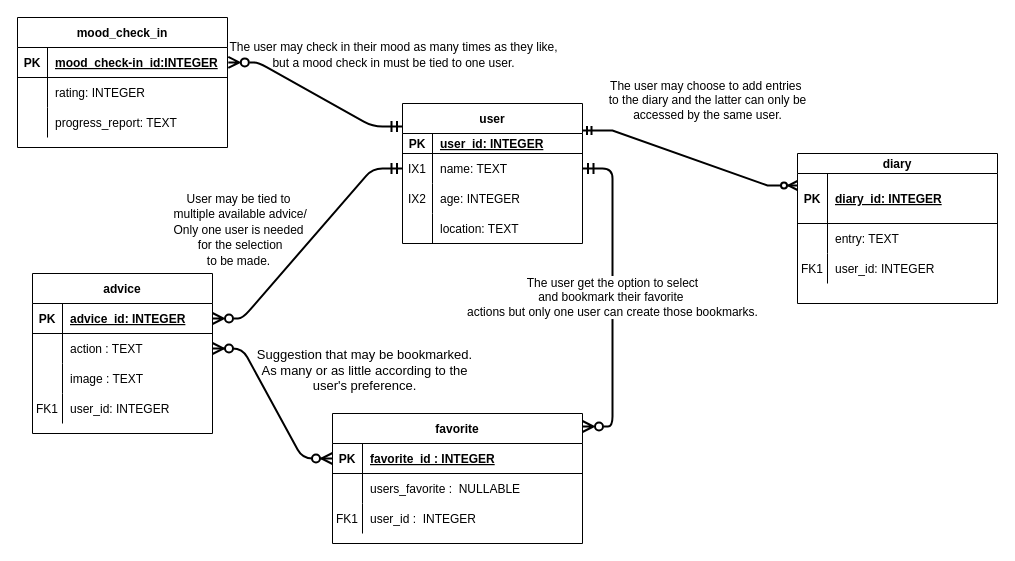
This is docs/work/erd.drawio from ddc-java-15/el-8, a draw.io file, before an edit. Source tidied: cells renumbered, new cells numbered last; positions are measured from the earlier drawing's top-left corner, leaving out a move shared by most shapes. Both pictures are drawn from the tidied source at 100%, with x=0, y=0 at pixel (17, 17).
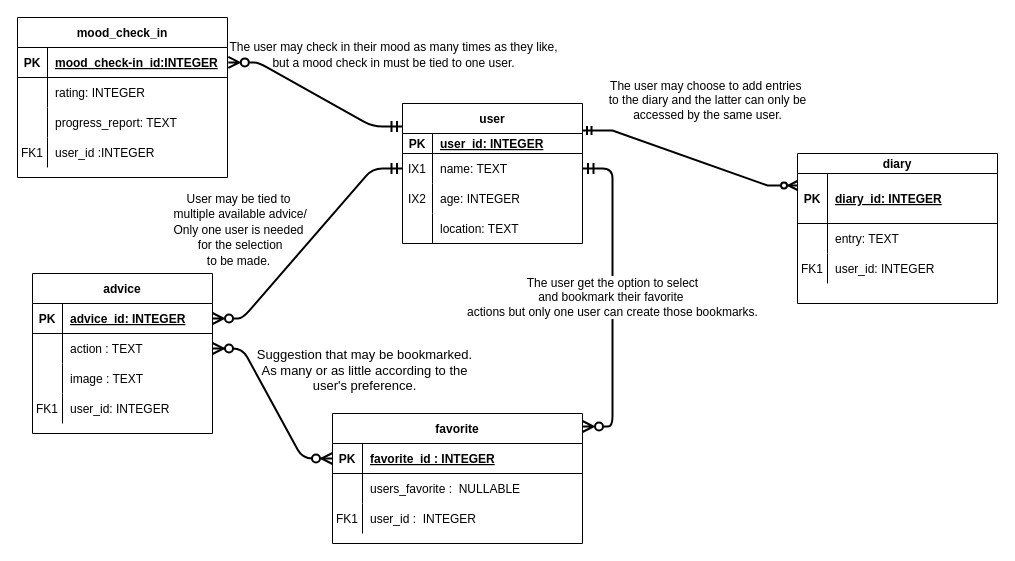
The same page after the edit.

What changed in the source:
```diff
@@
     <mxCell id="48" value="mood_check_in" style="shape=table;startSize=30;childLayout=tableLayout;rowLines=0;fontStyle=1;align=center;" parent="1" vertex="1">
-      <mxGeometry width="210" height="130" as="geometry" />
+      <mxGeometry width="210" height="160" as="geometry" />
     </mxCell>
@@
+    <mxCell id="66" style="shape=tableRow;horizontal=0;startSize=0;swimlaneHead=0;swimlaneBody=0;fillColor=none;top=0;left=0;right=0;bottom=0;" parent="48" vertex="1">
+      <mxGeometry y="120" width="210" height="30" as="geometry" />
+    </mxCell>
+    <mxCell id="67" value="FK1" style="shape=partialRectangle;fillColor=none;top=0;left=0;bottom=0;right=0;overflow=hidden;" parent="66" vertex="1">
+      <mxGeometry width="30" height="30" as="geometry" />
+    </mxCell>
+    <mxCell id="68" value="user_id :INTEGER" style="shape=partialRectangle;fillColor=none;top=0;left=0;bottom=0;right=0;align=left;spacingLeft=6;overflow=hidden;" parent="66" vertex="1">
+      <mxGeometry x="30" width="180" height="30" as="geometry" />
+    </mxCell>
```
